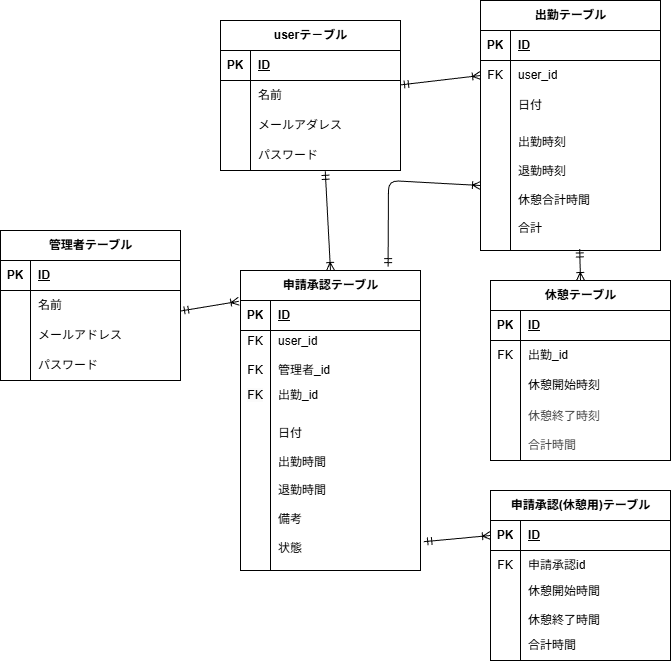
Above: src/.drawio.png in mayu-ya/attendance-system (draw.io), before the change. Source tidied: cells renumbered, new cells last; positions are measured from the earlier drawing's top-left corner, leaving out a move shared by most shapes.
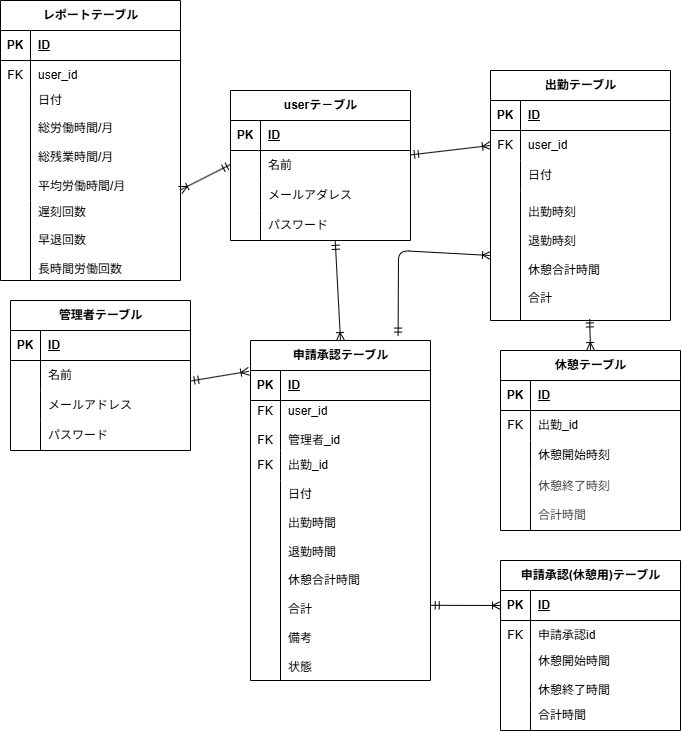
Later version of the same file.

Change to the diagram source:
```diff
@@ -48,7 +48,7 @@
       <mxGeometry relative="1" as="geometry" />
     </mxCell>
     <mxCell id="17" value="申請承認テーブル" style="shape=table;startSize=30;rowLines=0;fontStyle=1;align=center;html=1;" parent="1" vertex="1">
-      <mxGeometry x="240" y="270" width="180" height="300" as="geometry" />
+      <mxGeometry x="240" y="270" width="180" height="340" as="geometry" />
     </mxCell>
     <mxCell id="18" style="shape=tableRow;horizontal=0;startSize=0;swimlaneHead=0;swimlaneBody=0;fillColor=none;points=[[0,0.5],[1,0.5]];portConstraint=eastwest;top=0;left=0;right=0;bottom=1;" parent="17" vertex="1">
       <mxGeometry y="30" width="180" height="30" as="geometry" />
@@ -78,13 +78,13 @@
       <mxGeometry x="30" width="150" height="30" as="geometry" />
     </mxCell>
     <mxCell id="27" style="shape=tableRow;horizontal=0;startSize=0;swimlaneHead=0;swimlaneBody=0;fillColor=none;points=[[0,0.5],[1,0.5]];portConstraint=eastwest;top=0;left=0;right=0;bottom=0;" parent="17" vertex="1">
-      <mxGeometry y="140" width="180" height="160" as="geometry" />
+      <mxGeometry y="140" width="180" height="200" as="geometry" />
     </mxCell>
     <mxCell id="28" style="shape=partialRectangle;fillColor=none;top=0;left=0;bottom=0;right=0;overflow=hidden;whiteSpace=wrap;html=1;" parent="27" vertex="1">
-      <mxGeometry width="30" height="160" as="geometry" />
+      <mxGeometry width="30" height="200" as="geometry" />
     </mxCell>
-    <mxCell id="29" value="&lt;div&gt;&lt;span style=&quot;color: rgb(0, 0, 0);&quot;&gt;日付&lt;/span&gt;&lt;/div&gt;&lt;div&gt;&lt;span style=&quot;color: rgb(0, 0, 0);&quot;&gt;&lt;br&gt;&lt;/span&gt;&lt;/div&gt;&lt;div&gt;&lt;span style=&quot;color: rgb(0, 0, 0);&quot;&gt;出勤時間&lt;/span&gt;&lt;/div&gt;&lt;div&gt;&lt;span style=&quot;color: rgb(0, 0, 0);&quot;&gt;&lt;br&gt;&lt;/span&gt;&lt;/div&gt;&lt;div&gt;&lt;span style=&quot;color: rgb(0, 0, 0);&quot;&gt;退勤時間&lt;/span&gt;&lt;/div&gt;&lt;div&gt;&lt;span style=&quot;color: rgb(0, 0, 0);&quot;&gt;&lt;br&gt;&lt;/span&gt;&lt;/div&gt;&lt;div&gt;&lt;span style=&quot;color: rgb(0, 0, 0);&quot;&gt;備考&lt;/span&gt;&lt;/div&gt;&lt;div&gt;&lt;span style=&quot;color: rgb(0, 0, 0);&quot;&gt;&lt;br&gt;&lt;/span&gt;&lt;/div&gt;&lt;span style=&quot;color: rgb(0, 0, 0);&quot;&gt;状態&lt;/span&gt;" style="shape=partialRectangle;fillColor=none;top=0;left=0;bottom=0;right=0;align=left;spacingLeft=6;overflow=hidden;whiteSpace=wrap;html=1;" parent="27" vertex="1">
-      <mxGeometry x="30" width="150" height="160" as="geometry" />
+    <mxCell id="29" value="&lt;div&gt;&lt;span style=&quot;color: rgb(0, 0, 0);&quot;&gt;日付&lt;/span&gt;&lt;/div&gt;&lt;div&gt;&lt;span style=&quot;color: rgb(0, 0, 0);&quot;&gt;&lt;br&gt;&lt;/span&gt;&lt;/div&gt;&lt;div&gt;&lt;span style=&quot;color: rgb(0, 0, 0);&quot;&gt;出勤時間&lt;/span&gt;&lt;/div&gt;&lt;div&gt;&lt;span style=&quot;color: rgb(0, 0, 0);&quot;&gt;&lt;br&gt;&lt;/span&gt;&lt;/div&gt;&lt;div&gt;&lt;span style=&quot;color: rgb(0, 0, 0);&quot;&gt;退勤時間&lt;/span&gt;&lt;/div&gt;&lt;div&gt;&lt;span style=&quot;color: rgb(0, 0, 0);&quot;&gt;&lt;br&gt;&lt;/span&gt;&lt;/div&gt;&lt;div&gt;&lt;span style=&quot;color: rgb(0, 0, 0);&quot;&gt;休憩合計時間&lt;/span&gt;&lt;/div&gt;&lt;div&gt;&lt;span style=&quot;color: rgb(0, 0, 0);&quot;&gt;&lt;br&gt;&lt;/span&gt;&lt;/div&gt;&lt;div&gt;&lt;font color=&quot;#000000&quot;&gt;合計&lt;/font&gt;&lt;/div&gt;&lt;div&gt;&lt;span style=&quot;color: rgb(0, 0, 0);&quot;&gt;&lt;br&gt;&lt;/span&gt;&lt;/div&gt;&lt;div&gt;&lt;span style=&quot;color: rgb(0, 0, 0);&quot;&gt;備考&lt;/span&gt;&lt;/div&gt;&lt;div&gt;&lt;span style=&quot;color: rgb(0, 0, 0);&quot;&gt;&lt;br&gt;&lt;/span&gt;&lt;/div&gt;&lt;span style=&quot;color: rgb(0, 0, 0);&quot;&gt;状態&lt;/span&gt;" style="shape=partialRectangle;fillColor=none;top=0;left=0;bottom=0;right=0;align=left;spacingLeft=6;overflow=hidden;whiteSpace=wrap;html=1;" parent="27" vertex="1">
+      <mxGeometry x="30" width="150" height="200" as="geometry" />
     </mxCell>
     <mxCell id="30" value="&lt;span style=&quot;color: rgb(0, 0, 0);&quot;&gt;休憩テーブル&lt;/span&gt;" style="shape=table;startSize=30;rowLines=0;fontStyle=1;align=center;html=1;" parent="1" vertex="1">
       <mxGeometry x="490" y="280" width="180" height="180" as="geometry" />
@@ -213,7 +213,7 @@
     <mxCell id="70" value="合計時間" style="shape=partialRectangle;fillColor=none;top=0;left=0;bottom=0;right=0;align=left;spacingLeft=6;overflow=hidden;whiteSpace=wrap;html=1;" parent="68" vertex="1">
       <mxGeometry x="30" width="150" height="30" as="geometry" />
     </mxCell>
-    <mxCell id="71" style="fontSize=12;html=1;endArrow=ERoneToMany;startArrow=ERmandOne;entryX=0;entryY=0.5;entryDx=0;entryDy=0;exitX=1.018;exitY=0.82;exitDx=0;exitDy=0;exitPerimeter=0;" parent="1" edge="1" source="27" target="59">
+    <mxCell id="71" style="fontSize=12;html=1;endArrow=ERoneToMany;startArrow=ERmandOne;entryX=0;entryY=0.5;entryDx=0;entryDy=0;exitX=1.004;exitY=0.624;exitDx=0;exitDy=0;exitPerimeter=0;" parent="1" edge="1" source="27" target="59">
       <mxGeometry relative="1" as="geometry" />
     </mxCell>
     <mxCell id="72" value="userテ－ブル" style="shape=table;startSize=30;rowLines=0;fontStyle=1;align=center;html=1;" parent="1" vertex="1">
@@ -260,5 +260,49 @@
         <mxPoint x="180" y="310.5" as="sourcePoint" />
       </mxGeometry>
     </mxCell>
+    <mxCell id="86" value="レポートテーブル" style="shape=table;startSize=30;rowLines=0;fontStyle=1;align=center;html=1;" parent="1" vertex="1">
+      <mxGeometry x="-10" y="-70" width="180" height="280" as="geometry" />
+    </mxCell>
+    <mxCell id="87" style="shape=tableRow;horizontal=0;startSize=0;swimlaneHead=0;swimlaneBody=0;fillColor=none;top=0;left=0;right=0;bottom=1;" parent="86" vertex="1">
+      <mxGeometry y="30" width="180" height="30" as="geometry" />
+    </mxCell>
+    <mxCell id="88" value="PK" style="shape=partialRectangle;fillColor=none;top=0;left=0;bottom=0;right=0;fontStyle=1;overflow=hidden;whiteSpace=wrap;html=1;" parent="87" vertex="1">
+      <mxGeometry width="30" height="30" as="geometry" />
+    </mxCell>
+    <mxCell id="89" value="ID" style="shape=partialRectangle;fillColor=none;top=0;left=0;bottom=0;right=0;align=left;spacingLeft=6;fontStyle=5;overflow=hidden;whiteSpace=wrap;html=1;" parent="87" vertex="1">
+      <mxGeometry x="30" width="150" height="30" as="geometry" />
+    </mxCell>
+    <mxCell id="90" style="shape=tableRow;horizontal=0;startSize=0;swimlaneHead=0;swimlaneBody=0;fillColor=none;top=0;left=0;right=0;bottom=0;" parent="86" vertex="1">
+      <mxGeometry y="60" width="180" height="30" as="geometry" />
+    </mxCell>
+    <mxCell id="91" value="FK" style="shape=partialRectangle;fillColor=none;top=0;left=0;bottom=0;right=0;overflow=hidden;whiteSpace=wrap;html=1;" parent="90" vertex="1">
+      <mxGeometry width="30" height="30" as="geometry" />
+    </mxCell>
+    <mxCell id="92" value="user_id" style="shape=partialRectangle;fillColor=none;top=0;left=0;bottom=0;right=0;align=left;spacingLeft=6;overflow=hidden;whiteSpace=wrap;html=1;" parent="90" vertex="1">
+      <mxGeometry x="30" width="150" height="30" as="geometry" />
+    </mxCell>
+    <mxCell id="93" style="shape=tableRow;horizontal=0;startSize=0;swimlaneHead=0;swimlaneBody=0;fillColor=none;points=[[0,0.5],[1,0.5]];portConstraint=eastwest;top=0;left=0;right=0;bottom=0;" parent="86" vertex="1">
+      <mxGeometry y="90" width="180" height="110" as="geometry" />
+    </mxCell>
+    <mxCell id="94" style="shape=partialRectangle;fillColor=none;top=0;left=0;bottom=0;right=0;overflow=hidden;whiteSpace=wrap;html=1;" parent="93" vertex="1">
+      <mxGeometry width="30" height="110" as="geometry" />
+    </mxCell>
+    <mxCell id="95" value="&lt;div&gt;日付&lt;/div&gt;&lt;div&gt;&lt;br&gt;&lt;/div&gt;総労働時間/月&lt;div&gt;&lt;br&gt;&lt;/div&gt;&lt;div&gt;総残業時間/月&lt;/div&gt;&lt;div&gt;&lt;br&gt;&lt;/div&gt;&lt;div&gt;平均労働時間/月&lt;/div&gt;&lt;div&gt;&lt;br&gt;&lt;/div&gt;" style="shape=partialRectangle;fillColor=none;top=0;left=0;bottom=0;right=0;align=left;spacingLeft=6;overflow=hidden;whiteSpace=wrap;html=1;" parent="93" vertex="1">
+      <mxGeometry x="30" width="150" height="110" as="geometry" />
+    </mxCell>
+    <mxCell id="96" style="shape=tableRow;horizontal=0;startSize=0;swimlaneHead=0;swimlaneBody=0;fillColor=none;top=0;left=0;right=0;bottom=0;" parent="86" vertex="1">
+      <mxGeometry y="200" width="180" height="80" as="geometry" />
+    </mxCell>
+    <mxCell id="97" style="shape=partialRectangle;fillColor=none;top=0;left=0;bottom=0;right=0;overflow=hidden;whiteSpace=wrap;html=1;" parent="96" vertex="1">
+      <mxGeometry width="30" height="80" as="geometry" />
+    </mxCell>
+    <mxCell id="98" value="遅刻回数&lt;div&gt;&lt;br&gt;&lt;/div&gt;&lt;div&gt;早退回数&lt;/div&gt;&lt;div&gt;&lt;br&gt;&lt;/div&gt;&lt;div&gt;長時間労働回数&lt;/div&gt;" style="shape=partialRectangle;fillColor=none;top=0;left=0;bottom=0;right=0;align=left;spacingLeft=6;overflow=hidden;whiteSpace=wrap;html=1;" parent="96" vertex="1">
+      <mxGeometry x="30" width="150" height="80" as="geometry" />
+    </mxCell>
+    <mxCell id="99" style="fontSize=12;html=1;endArrow=ERoneToMany;startArrow=ERmandOne;entryX=0.998;entryY=0.905;entryDx=0;entryDy=0;entryPerimeter=0;" parent="1" edge="1" target="93">
+      <mxGeometry relative="1" as="geometry">
+        <mxPoint x="220" y="94" as="sourcePoint" />
+      </mxGeometry>
+    </mxCell>
   </root>
 </mxGraphModel>
```
